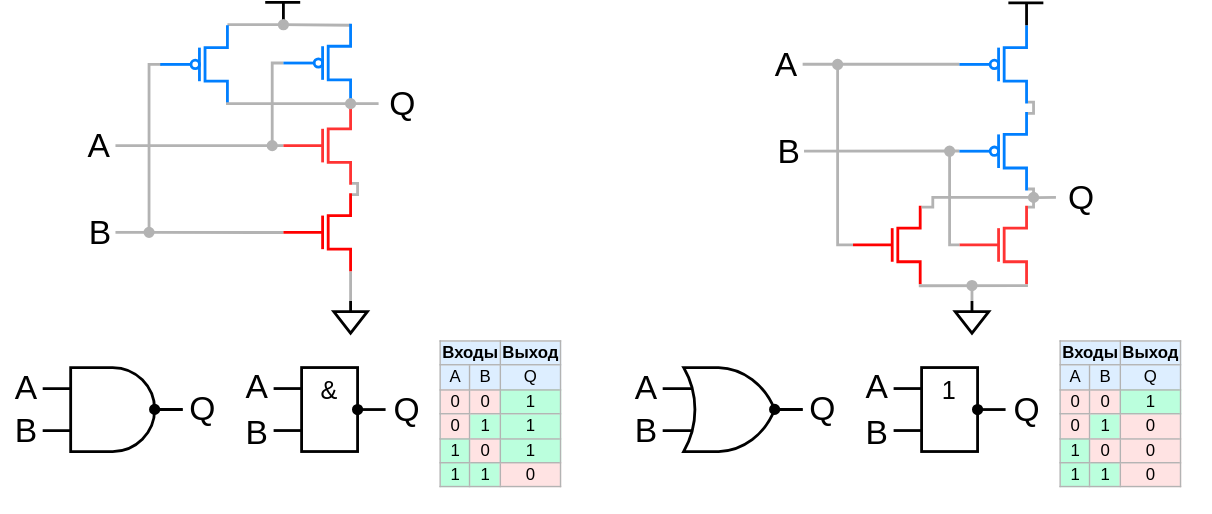
Above: .pic/Introduction/How FPGA works/fig_06.drawio.svg in MPSU/APS (draw.io), before the change. Source tidied: cells renumbered, new cells last; positions are measured from the earlier drawing's top-left corner, leaving out a move shared by most shapes.
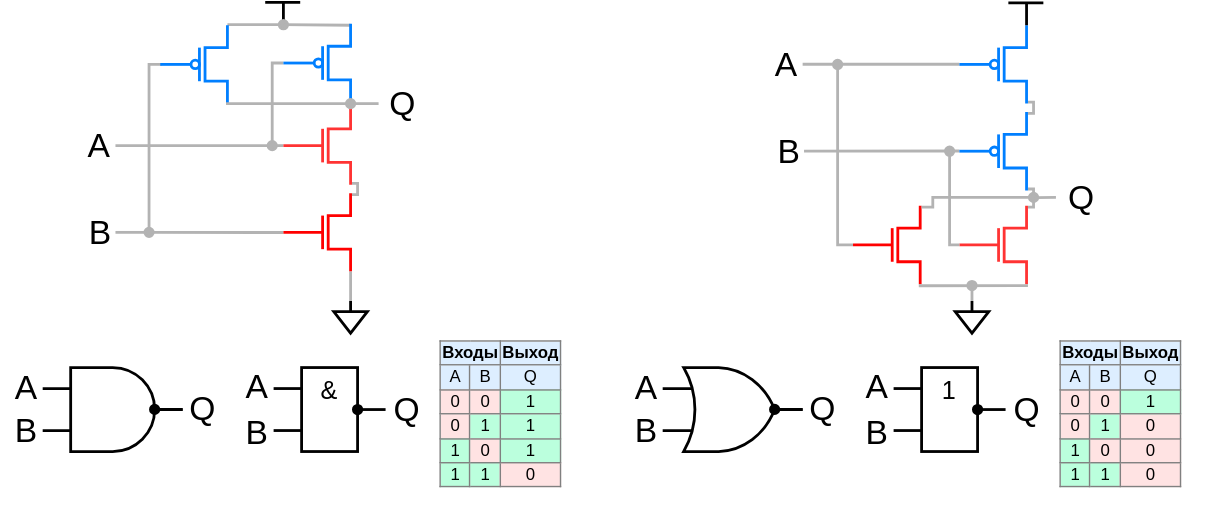
The same diagram one commit later.

Change to the diagram source:
```diff
@@ -463,7 +463,7 @@
     <mxCell id="73" value="&lt;font style=&quot;font-size: 18px;&quot;&gt;&amp;amp;&lt;/font&gt;" style="rounded=0;whiteSpace=wrap;html=1;horizontal=1;verticalAlign=top;strokeWidth=2;" parent="1" vertex="1">
       <mxGeometry x="215" y="261" width="40" height="60" as="geometry" />
     </mxCell>
-    <mxCell id="74" value="&lt;table border=&quot;1&quot; class=&quot;wikitable&quot; style=&quot;float: right; text-align: center; border: 1px solid rgb(179, 179, 179); border-collapse: collapse;&quot;&gt;&lt;tbody&gt;&lt;tr style=&quot;background:#def;&quot;&gt;&lt;td colspan=&quot;2&quot;&gt;&lt;b&gt;Входы&lt;/b&gt;&lt;/td&gt;&lt;td&gt;&lt;b&gt;Выход&lt;/b&gt;&lt;br&gt;&lt;/td&gt;&lt;/tr&gt;&lt;tr style=&quot;background:#def;&quot;&gt;&lt;td&gt;A&lt;/td&gt;&lt;td&gt;B&lt;/td&gt;&lt;td&gt;Q&lt;br&gt;&lt;/td&gt;&lt;/tr&gt;&lt;tr&gt;&lt;td style=&quot;background: #FFE3E3; color: black; vertical-align: middle; text-align: center;&quot; class=&quot;table-no2&quot;&gt;0&lt;/td&gt;&lt;td style=&quot;background: #FFE3E3; color: black; vertical-align: middle; text-align: center;&quot; class=&quot;table-no2&quot;&gt;0&lt;/td&gt;&lt;td style=&quot;background: rgb(187, 255, 221); color: black; vertical-align: middle; text-align: center;&quot; class=&quot;table-no2&quot;&gt;1&lt;br&gt;&lt;/td&gt;&lt;/tr&gt;&lt;tr&gt;&lt;td style=&quot;background: #FFE3E3; color: black; vertical-align: middle; text-align: center;&quot; class=&quot;table-no2&quot;&gt;0&lt;/td&gt;&lt;td style=&quot;background:#bfd; color:black; vertical-align:middle; text-align:center;&quot; class=&quot;table-yes2&quot;&gt;1&lt;/td&gt;&lt;td border=&quot;1&quot; style=&quot;background: rgb(187, 255, 221); color: black; vertical-align: middle; text-align: center; border-collapse: collapse;&quot; class=&quot;table-no2&quot;&gt;&lt;span style=&quot;&quot;&gt;1&lt;/span&gt;&lt;br&gt;&lt;/td&gt;&lt;/tr&gt;&lt;tr&gt;&lt;td style=&quot;background:#bfd; color:black; vertical-align:middle; text-align:center;&quot; class=&quot;table-yes2&quot;&gt;1&lt;/td&gt;&lt;td style=&quot;background: #FFE3E3; color: black; vertical-align: middle; text-align: center;&quot; class=&quot;table-no2&quot;&gt;0&lt;/td&gt;&lt;td style=&quot;background: rgb(187, 255, 221); color: black; vertical-align: middle; text-align: center;&quot; class=&quot;table-no2&quot;&gt;1&lt;br&gt;&lt;/td&gt;&lt;/tr&gt;&lt;tr&gt;&lt;td style=&quot;background:#bfd; color:black; vertical-align:middle; text-align:center;&quot; class=&quot;table-yes2&quot;&gt;1&lt;/td&gt;&lt;td style=&quot;background:#bfd; color:black; vertical-align:middle; text-align:center;&quot; class=&quot;table-yes2&quot;&gt;1&lt;/td&gt;&lt;td style=&quot;background: rgb(255, 227, 227); color: black; vertical-align: middle; text-align: center;&quot; class=&quot;table-yes2&quot;&gt;0&lt;br&gt;&lt;/td&gt;&lt;/tr&gt;&lt;/tbody&gt;&lt;/table&gt;" style="text;whiteSpace=wrap;html=1;strokeColor=none;" parent="1" vertex="1">
+    <mxCell id="74" value="&lt;table border=&quot;1&quot; class=&quot;wikitable&quot; style=&quot;float: right; text-align: center; border: 1px solid rgb(128, 128, 128); border-collapse: collapse;&quot;&gt;&lt;tbody&gt;&lt;tr style=&quot;background:#def;&quot;&gt;&lt;td colspan=&quot;2&quot; style=&quot;border: 1px solid rgb(128, 128, 128);&quot;&gt;&lt;b&gt;Входы&lt;/b&gt;&lt;/td&gt;&lt;td style=&quot;border: 1px solid rgb(128, 128, 128);&quot;&gt;&lt;b&gt;Выход&lt;/b&gt;&lt;br&gt;&lt;/td&gt;&lt;/tr&gt;&lt;tr style=&quot;background:#def;&quot;&gt;&lt;td style=&quot;border: 1px solid rgb(128, 128, 128);&quot;&gt;A&lt;/td&gt;&lt;td style=&quot;border: 1px solid rgb(128, 128, 128);&quot;&gt;B&lt;/td&gt;&lt;td style=&quot;border: 1px solid rgb(128, 128, 128);&quot;&gt;Q&lt;br&gt;&lt;/td&gt;&lt;/tr&gt;&lt;tr&gt;&lt;td style=&quot;background: #FFE3E3; color: black; vertical-align: middle; text-align: center; border: 1px solid rgb(128, 128, 128);&quot; class=&quot;table-no2&quot;&gt;0&lt;/td&gt;&lt;td style=&quot;background: #FFE3E3; color: black; vertical-align: middle; text-align: center; border: 1px solid rgb(128, 128, 128);&quot; class=&quot;table-no2&quot;&gt;0&lt;/td&gt;&lt;td style=&quot;background: rgb(187, 255, 221); color: black; vertical-align: middle; text-align: center; border: 1px solid rgb(128, 128, 128);&quot; class=&quot;table-no2&quot;&gt;1&lt;br&gt;&lt;/td&gt;&lt;/tr&gt;&lt;tr&gt;&lt;td style=&quot;background: #FFE3E3; color: black; vertical-align: middle; text-align: center; border: 1px solid rgb(128, 128, 128);&quot; class=&quot;table-no2&quot;&gt;0&lt;/td&gt;&lt;td style=&quot;background:#bfd; color:black; vertical-align:middle; text-align:center; border: 1px solid rgb(128, 128, 128);&quot; class=&quot;table-yes2&quot;&gt;1&lt;/td&gt;&lt;td border=&quot;1&quot; style=&quot;background: rgb(187, 255, 221); color: black; vertical-align: middle; text-align: center; border-collapse: collapse; border: 1px solid rgb(128, 128, 128);&quot; class=&quot;table-no2&quot;&gt;&lt;span style=&quot;&quot;&gt;1&lt;/span&gt;&lt;br&gt;&lt;/td&gt;&lt;/tr&gt;&lt;tr&gt;&lt;td style=&quot;background:#bfd; color:black; vertical-align:middle; text-align:center; border: 1px solid rgb(128, 128, 128);&quot; class=&quot;table-yes2&quot;&gt;1&lt;/td&gt;&lt;td style=&quot;background: #FFE3E3; color: black; vertical-align: middle; text-align: center; border: 1px solid rgb(128, 128, 128);&quot; class=&quot;table-no2&quot;&gt;0&lt;/td&gt;&lt;td style=&quot;background: rgb(187, 255, 221); color: black; vertical-align: middle; text-align: center; border: 1px solid rgb(128, 128, 128);&quot; class=&quot;table-no2&quot;&gt;1&lt;br&gt;&lt;/td&gt;&lt;/tr&gt;&lt;tr&gt;&lt;td style=&quot;background:#bfd; color:black; vertical-align:middle; text-align:center; border: 1px solid rgb(128, 128, 128);&quot; class=&quot;table-yes2&quot;&gt;1&lt;/td&gt;&lt;td style=&quot;background:#bfd; color:black; vertical-align:middle; text-align:center; border: 1px solid rgb(128, 128, 128);&quot; class=&quot;table-yes2&quot;&gt;1&lt;/td&gt;&lt;td style=&quot;background: rgb(255, 227, 227); color: black; vertical-align: middle; text-align: center; border: 1px solid rgb(128, 128, 128);&quot; class=&quot;table-yes2&quot;&gt;0&lt;br&gt;&lt;/td&gt;&lt;/tr&gt;&lt;/tbody&gt;&lt;/table&gt;" style="text;whiteSpace=wrap;html=1;strokeColor=none;" parent="1" vertex="1">
       <mxGeometry x="312" y="235" width="110" height="130" as="geometry" />
     </mxCell>
     <mxCell id="75" style="edgeStyle=orthogonalEdgeStyle;rounded=0;jettySize=auto;html=1;exitX=1;exitY=0.5;exitDx=0;exitDy=0;endArrow=none;endFill=0;startArrow=oval;startFill=1;startFillColor=#FFFFFF;strokeWidth=2;" parent="1" edge="1" source="73">
@@ -517,7 +517,7 @@
     <mxCell id="86" value="&lt;font style=&quot;font-size: 18px;&quot;&gt;1&lt;/font&gt;" style="rounded=0;whiteSpace=wrap;html=1;horizontal=1;verticalAlign=top;strokeWidth=2;" parent="1" vertex="1">
       <mxGeometry x="658" y="261" width="40" height="60" as="geometry" />
     </mxCell>
-    <mxCell id="87" value="&lt;table border=&quot;1&quot; class=&quot;wikitable&quot; style=&quot;float: right; text-align: center; border: 1px solid rgb(179, 179, 179); border-collapse: collapse;&quot;&gt;&lt;tbody&gt;&lt;tr style=&quot;background:#def;&quot;&gt;&lt;td colspan=&quot;2&quot;&gt;&lt;b&gt;Входы&lt;/b&gt;&lt;/td&gt;&lt;td&gt;&lt;b&gt;Выход&lt;/b&gt;&lt;br&gt;&lt;/td&gt;&lt;/tr&gt;&lt;tr style=&quot;background:#def;&quot;&gt;&lt;td&gt;A&lt;/td&gt;&lt;td&gt;B&lt;/td&gt;&lt;td&gt;Q&lt;br&gt;&lt;/td&gt;&lt;/tr&gt;&lt;tr&gt;&lt;td style=&quot;background: #FFE3E3; color: black; vertical-align: middle; text-align: center;&quot; class=&quot;table-no2&quot;&gt;0&lt;/td&gt;&lt;td style=&quot;background: #FFE3E3; color: black; vertical-align: middle; text-align: center;&quot; class=&quot;table-no2&quot;&gt;0&lt;/td&gt;&lt;td style=&quot;background: rgb(187, 255, 221); color: black; vertical-align: middle; text-align: center;&quot; class=&quot;table-no2&quot;&gt;1&lt;br&gt;&lt;/td&gt;&lt;/tr&gt;&lt;tr&gt;&lt;td style=&quot;background: #FFE3E3; color: black; vertical-align: middle; text-align: center;&quot; class=&quot;table-no2&quot;&gt;0&lt;/td&gt;&lt;td style=&quot;background:#bfd; color:black; vertical-align:middle; text-align:center;&quot; class=&quot;table-yes2&quot;&gt;1&lt;/td&gt;&lt;td border=&quot;1&quot; style=&quot;background: rgb(255, 227, 227); vertical-align: middle; text-align: center; border-collapse: collapse; color: black;&quot; class=&quot;table-no2&quot;&gt;&lt;span style=&quot;&quot;&gt;0&lt;/span&gt;&lt;br&gt;&lt;/td&gt;&lt;/tr&gt;&lt;tr&gt;&lt;td style=&quot;background:#bfd; color:black; vertical-align:middle; text-align:center;&quot; class=&quot;table-yes2&quot;&gt;1&lt;/td&gt;&lt;td style=&quot;background: #FFE3E3; color: black; vertical-align: middle; text-align: center;&quot; class=&quot;table-no2&quot;&gt;0&lt;/td&gt;&lt;td style=&quot;background: rgb(255, 227, 227); color: black; vertical-align: middle; text-align: center;&quot; class=&quot;table-no2&quot;&gt;0&lt;br&gt;&lt;/td&gt;&lt;/tr&gt;&lt;tr&gt;&lt;td style=&quot;background:#bfd; color:black; vertical-align:middle; text-align:center;&quot; class=&quot;table-yes2&quot;&gt;1&lt;/td&gt;&lt;td style=&quot;background:#bfd; color:black; vertical-align:middle; text-align:center;&quot; class=&quot;table-yes2&quot;&gt;1&lt;/td&gt;&lt;td style=&quot;background: rgb(255, 227, 227); color: black; vertical-align: middle; text-align: center;&quot; class=&quot;table-yes2&quot;&gt;0&lt;br&gt;&lt;/td&gt;&lt;/tr&gt;&lt;/tbody&gt;&lt;/table&gt;" style="text;whiteSpace=wrap;html=1;strokeColor=none;" parent="1" vertex="1">
+    <mxCell id="87" value="&lt;table border=&quot;1&quot; class=&quot;wikitable&quot; style=&quot;float: right; text-align: center; border: 1px solid rgb(128, 128, 128); border-collapse: collapse;&quot;&gt;&lt;tbody&gt;&lt;tr style=&quot;background:#def;&quot;&gt;&lt;td colspan=&quot;2&quot; style=&quot;border: 1px solid rgb(128, 128, 128);&quot;&gt;&lt;b&gt;Входы&lt;/b&gt;&lt;/td&gt;&lt;td style=&quot;border: 1px solid rgb(128, 128, 128);&quot;&gt;&lt;b&gt;Выход&lt;/b&gt;&lt;br&gt;&lt;/td&gt;&lt;/tr&gt;&lt;tr style=&quot;background:#def;&quot;&gt;&lt;td style=&quot;border: 1px solid rgb(128, 128, 128);&quot;&gt;A&lt;/td&gt;&lt;td style=&quot;border: 1px solid rgb(128, 128, 128);&quot;&gt;B&lt;/td&gt;&lt;td style=&quot;border: 1px solid rgb(128, 128, 128);&quot;&gt;Q&lt;br&gt;&lt;/td&gt;&lt;/tr&gt;&lt;tr&gt;&lt;td style=&quot;background: #FFE3E3; color: black; vertical-align: middle; text-align: center; border: 1px solid rgb(128, 128, 128);&quot; class=&quot;table-no2&quot;&gt;0&lt;/td&gt;&lt;td style=&quot;background: #FFE3E3; color: black; vertical-align: middle; text-align: center; border: 1px solid rgb(128, 128, 128);&quot; class=&quot;table-no2&quot;&gt;0&lt;/td&gt;&lt;td style=&quot;background: rgb(187, 255, 221); color: black; vertical-align: middle; text-align: center; border: 1px solid rgb(128, 128, 128);&quot; class=&quot;table-no2&quot;&gt;1&lt;br&gt;&lt;/td&gt;&lt;/tr&gt;&lt;tr&gt;&lt;td style=&quot;background: #FFE3E3; color: black; vertical-align: middle; text-align: center; border: 1px solid rgb(128, 128, 128);&quot; class=&quot;table-no2&quot;&gt;0&lt;/td&gt;&lt;td style=&quot;background:#bfd; color:black; vertical-align:middle; text-align:center; border: 1px solid rgb(128, 128, 128);&quot; class=&quot;table-yes2&quot;&gt;1&lt;/td&gt;&lt;td border=&quot;1&quot; style=&quot;background: rgb(255, 227, 227); vertical-align: middle; text-align: center; border-collapse: collapse; color: black; border: 1px solid rgb(128, 128, 128);&quot; class=&quot;table-no2&quot;&gt;&lt;span style=&quot;&quot;&gt;0&lt;/span&gt;&lt;br&gt;&lt;/td&gt;&lt;/tr&gt;&lt;tr&gt;&lt;td style=&quot;background:#bfd; color:black; vertical-align:middle; text-align:center; border: 1px solid rgb(128, 128, 128);&quot; class=&quot;table-yes2&quot;&gt;1&lt;/td&gt;&lt;td style=&quot;background: #FFE3E3; color: black; vertical-align: middle; text-align: center; border: 1px solid rgb(128, 128, 128);&quot; class=&quot;table-no2&quot;&gt;0&lt;/td&gt;&lt;td style=&quot;background: rgb(255, 227, 227); color: black; vertical-align: middle; text-align: center; border: 1px solid rgb(128, 128, 128);&quot; class=&quot;table-no2&quot;&gt;0&lt;br&gt;&lt;/td&gt;&lt;/tr&gt;&lt;tr&gt;&lt;td style=&quot;background:#bfd; color:black; vertical-align:middle; text-align:center; border: 1px solid rgb(128, 128, 128);&quot; class=&quot;table-yes2&quot;&gt;1&lt;/td&gt;&lt;td style=&quot;background:#bfd; color:black; vertical-align:middle; text-align:center; border: 1px solid rgb(128, 128, 128);&quot; class=&quot;table-yes2&quot;&gt;1&lt;/td&gt;&lt;td style=&quot;background: rgb(255, 227, 227); color: black; vertical-align: middle; text-align: center; border: 1px solid rgb(128, 128, 128);&quot; class=&quot;table-yes2&quot;&gt;0&lt;br&gt;&lt;/td&gt;&lt;/tr&gt;&lt;/tbody&gt;&lt;/table&gt;" style="text;whiteSpace=wrap;html=1;strokeColor=none;" parent="1" vertex="1">
       <mxGeometry x="755" y="235" width="110" height="130" as="geometry" />
     </mxCell>
     <mxCell id="88" style="edgeStyle=orthogonalEdgeStyle;rounded=0;jettySize=auto;html=1;exitX=1;exitY=0.5;exitDx=0;exitDy=0;endArrow=none;endFill=0;startArrow=oval;startFill=1;startFillColor=#FFFFFF;strokeWidth=2;" parent="1" edge="1" source="86">
```
